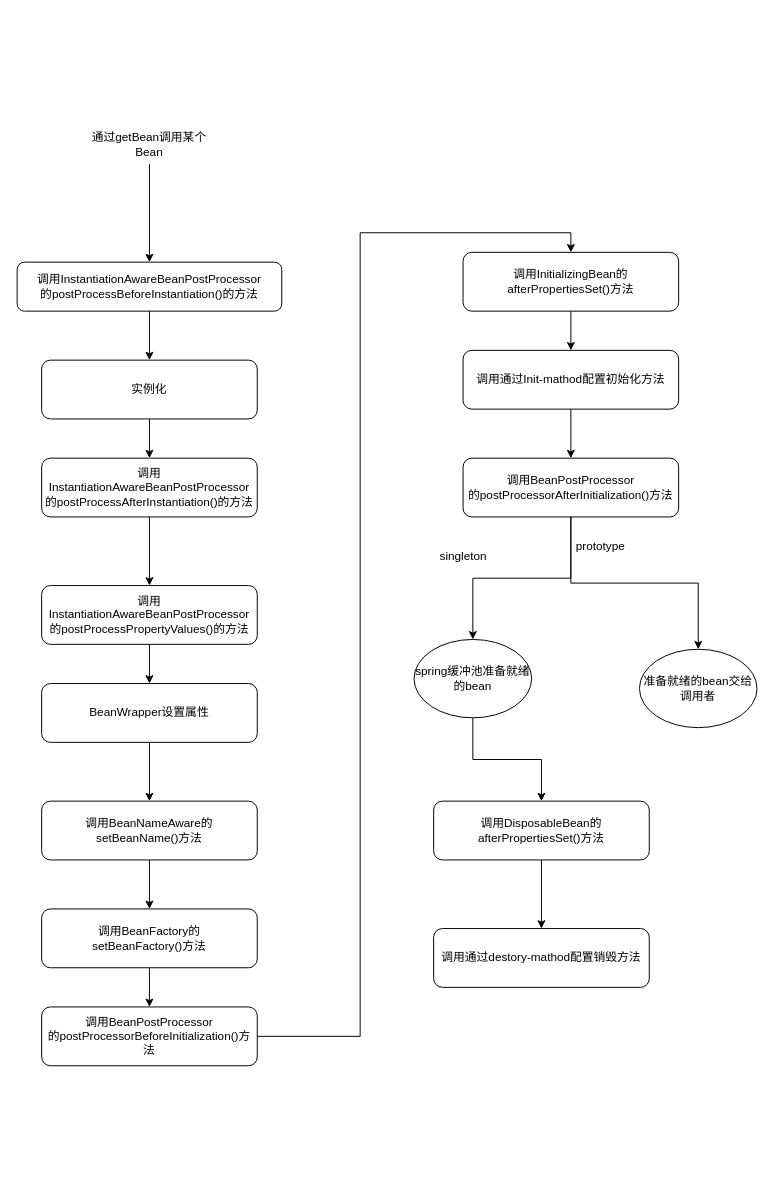
Before: page "spring bean生命周期" (1 of 3) of spring流程图/spring流程图.drawio in zhangph927/diagramCollect, a draw.io diagram. Source tidied: cells renumbered, new cells numbered last; positions are measured from the earlier drawing's top-left corner, leaving out a move shared by most shapes. Both pictures are drawn from the tidied source at 98%, with x=0, y=0 at pixel (17, 124).
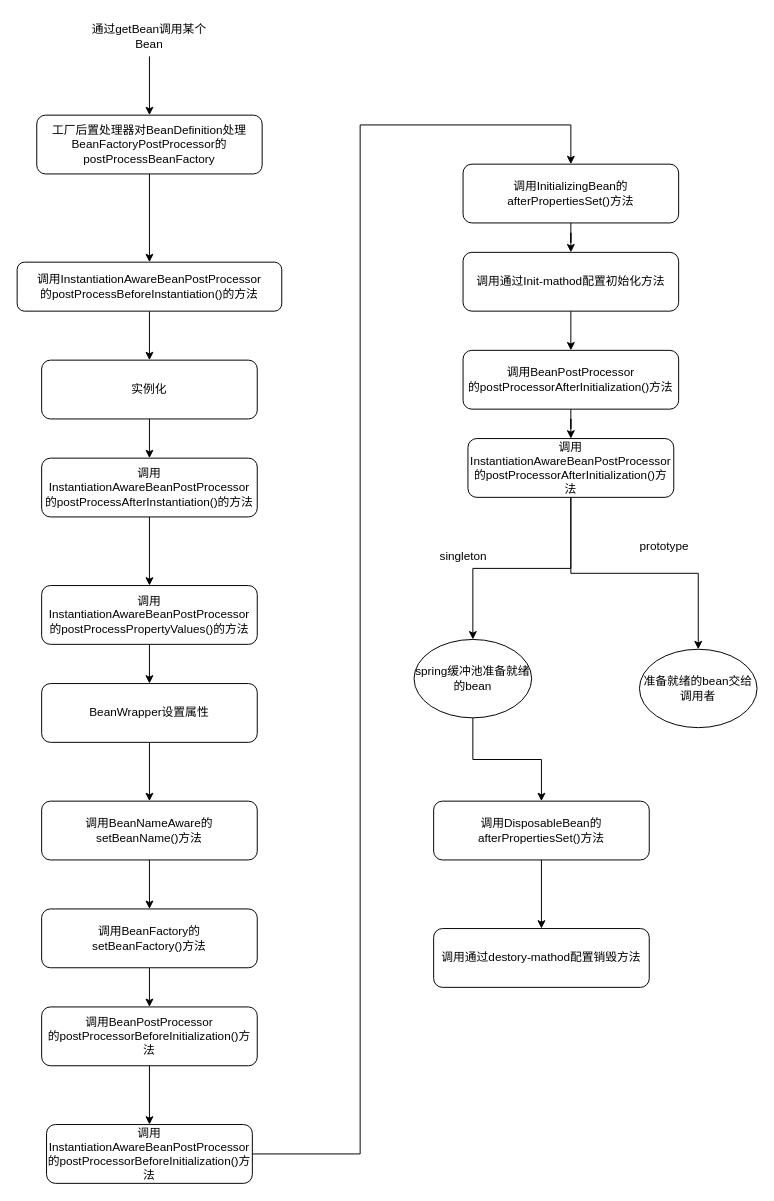
Above is the later version.

Unchanged cells that the change refers to:
```xml
<mxCell id="3" value="调用InstantiationAwareBeanPostProcessor&lt;br&gt;的postProcessBeforeInstantiation()的方法" style="rounded=1;whiteSpace=wrap;html=1;" parent="1" vertex="1">
  <mxGeometry y="140" width="270" height="50" as="geometry" />
</mxCell>
<mxCell id="21" value="调用BeanPostProcessor&lt;br&gt;的postProcessorBeforeInitialization()方法" style="rounded=1;whiteSpace=wrap;html=1;" parent="1" vertex="1">
  <mxGeometry x="25" y="900" width="220" height="60" as="geometry" />
</mxCell>
<mxCell id="31" value="spring缓冲池准备就绪的bean" style="ellipse;whiteSpace=wrap;html=1;" parent="1" vertex="1">
  <mxGeometry x="405" y="525" width="120" height="80" as="geometry" />
</mxCell>
<mxCell id="32" value="准备就绪的bean交给调用者" style="ellipse;whiteSpace=wrap;html=1;" parent="1" vertex="1">
  <mxGeometry x="635" y="535" width="120" height="80" as="geometry" />
</mxCell>
```

The edit, as a diff of the source:
```diff
@@
-    <mxCell id="8" style="edgeStyle=orthogonalEdgeStyle;rounded=0;jettySize=auto;html=1;entryX=0.5;entryY=0;entryDx=0;entryDy=0;" parent="1" edge="1" source="9" target="3">
-      <mxGeometry relative="1" as="geometry" />
-    </mxCell>
+    <mxCell id="35" style="edgeStyle=orthogonalEdgeStyle;rounded=0;jettySize=auto;html=1;entryX=0.5;entryY=0;entryDx=0;entryDy=0;" parent="1" edge="1" source="9" target="39">
+      <mxGeometry relative="1" as="geometry" />
+    </mxCell>
     <mxCell id="9" value="通过getBean调用某个Bean" style="text;html=1;strokeColor=none;fillColor=none;align=center;verticalAlign=middle;whiteSpace=wrap;rounded=0;" parent="1" vertex="1">
-      <mxGeometry x="65" width="140" height="40" as="geometry" />
+      <mxGeometry x="65" y="-110" width="140" height="40" as="geometry" />
     </mxCell>
-    <mxCell id="10" style="edgeStyle=orthogonalEdgeStyle;rounded=0;jettySize=auto;html=1;entryX=0.5;entryY=0;entryDx=0;entryDy=0;" parent="1" edge="1" source="12" target="31">
-      <mxGeometry relative="1" as="geometry" />
-    </mxCell>
-    <mxCell id="11" style="edgeStyle=orthogonalEdgeStyle;rounded=0;jettySize=auto;html=1;exitX=0.5;exitY=1;exitDx=0;exitDy=0;" parent="1" edge="1" source="12" target="32">
-      <mxGeometry relative="1" as="geometry" />
-    </mxCell>
+    <mxCell id="36" style="edgeStyle=orthogonalEdgeStyle;rounded=0;jettySize=auto;html=1;" parent="1" edge="1" source="12" target="43">
+      <mxGeometry relative="1" as="geometry" />
+    </mxCell>
     <mxCell id="12" value="&lt;span&gt;调用BeanPostProcessor&lt;/span&gt;&lt;br&gt;&lt;span&gt;的postProcessorAfterInitialization()方法&lt;/span&gt;" style="rounded=1;whiteSpace=wrap;html=1;" parent="1" vertex="1">
-      <mxGeometry x="455" y="340" width="220" height="60" as="geometry" />
+      <mxGeometry x="455" y="230" width="220" height="60" as="geometry" />
     </mxCell>
@@
     <mxCell id="17" value="调用通过Init-mathod配置初始化方法" style="rounded=1;whiteSpace=wrap;html=1;" parent="1" vertex="1">
-      <mxGeometry x="455" y="230" width="220" height="60" as="geometry" />
+      <mxGeometry x="455" y="130" width="220" height="60" as="geometry" />
     </mxCell>
@@
     <mxCell id="19" value="调用InitializingBean的afterPropertiesSet()方法" style="rounded=1;whiteSpace=wrap;html=1;" parent="1" vertex="1">
-      <mxGeometry x="455" y="130" width="220" height="60" as="geometry" />
+      <mxGeometry x="455" y="40" width="220" height="60" as="geometry" />
     </mxCell>
-    <mxCell id="20" style="edgeStyle=orthogonalEdgeStyle;rounded=0;jettySize=auto;html=1;entryX=0.5;entryY=0;entryDx=0;entryDy=0;" parent="1" edge="1" source="21" target="19">
-      <mxGeometry relative="1" as="geometry" />
+    <mxCell id="20" style="edgeStyle=orthogonalEdgeStyle;rounded=0;jettySize=auto;html=1;entryX=0.5;entryY=0;entryDx=0;entryDy=0;exitX=1;exitY=0.5;exitDx=0;exitDy=0;" parent="1" edge="1" source="40" target="19">
+      <mxGeometry relative="1" as="geometry">
+        <Array as="points">
+          <mxPoint x="350" y="1050" />
+          <mxPoint x="350" />
+          <mxPoint x="565" />
+        </Array>
+      </mxGeometry>
     </mxCell>
+    <mxCell id="37" style="edgeStyle=orthogonalEdgeStyle;rounded=0;jettySize=auto;html=1;entryX=0.5;entryY=0;entryDx=0;entryDy=0;" parent="1" edge="1" source="21" target="40">
+      <mxGeometry relative="1" as="geometry" />
+    </mxCell>
@@
     <mxCell id="34" value="prototype" style="text;html=1;align=center;verticalAlign=middle;" parent="1" vertex="1">
-      <mxGeometry x="560" y="420" width="70" height="20" as="geometry" />
+      <mxGeometry x="625" y="420" width="70" height="20" as="geometry" />
     </mxCell>
+    <mxCell id="38" style="edgeStyle=orthogonalEdgeStyle;rounded=0;jettySize=auto;html=1;" parent="1" edge="1" source="39" target="3">
+      <mxGeometry relative="1" as="geometry" />
+    </mxCell>
+    <mxCell id="39" value="工厂后置处理器对BeanDefinition处理&lt;br&gt;BeanFactoryPostProcessor的&lt;br&gt;postProcessBeanFactory" style="rounded=1;whiteSpace=wrap;html=1;" parent="1" vertex="1">
+      <mxGeometry x="20" y="-10" width="230" height="60" as="geometry" />
+    </mxCell>
+    <mxCell id="40" value="&lt;span&gt;调用InstantiationAwareBeanPostProcessor&lt;/span&gt;&lt;br&gt;&lt;span&gt;的&lt;/span&gt;postProcessorBeforeInitialization()方法" style="rounded=1;whiteSpace=wrap;html=1;" parent="1" vertex="1">
+      <mxGeometry x="30" y="1020" width="210" height="60" as="geometry" />
+    </mxCell>
+    <mxCell id="41" style="edgeStyle=orthogonalEdgeStyle;rounded=0;jettySize=auto;html=1;entryX=0.5;entryY=0;entryDx=0;entryDy=0;" parent="1" edge="1" source="43" target="31">
+      <mxGeometry relative="1" as="geometry" />
+    </mxCell>
+    <mxCell id="42" style="edgeStyle=orthogonalEdgeStyle;rounded=0;jettySize=auto;html=1;" parent="1" edge="1" source="43" target="32">
+      <mxGeometry relative="1" as="geometry" />
+    </mxCell>
+    <mxCell id="43" value="&lt;span&gt;调用InstantiationAwareBeanPostProcessor&lt;/span&gt;&lt;br&gt;&lt;span&gt;的&lt;/span&gt;postProcessorAfterInitialization()方法" style="rounded=1;whiteSpace=wrap;html=1;" parent="1" vertex="1">
+      <mxGeometry x="460" y="320" width="210" height="60" as="geometry" />
+    </mxCell>
```
